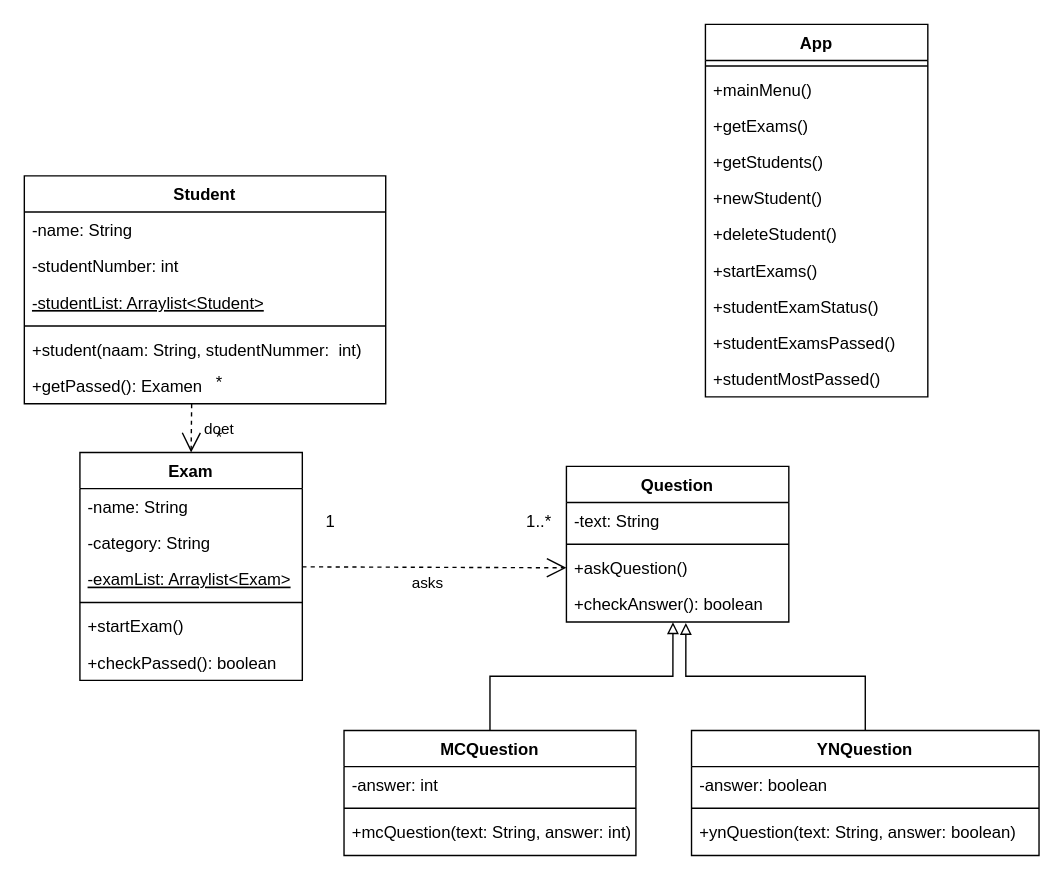
Earlier version of the draw.io diagram UML.drawio (Studeeric/proj1). Source tidied: cells renumbered, new cells numbered last; positions are measured from the earlier drawing's top-left corner, leaving out a move shared by most shapes. Both pictures are drawn from the tidied source at 139%, with x=0, y=0 at pixel (24, 24).
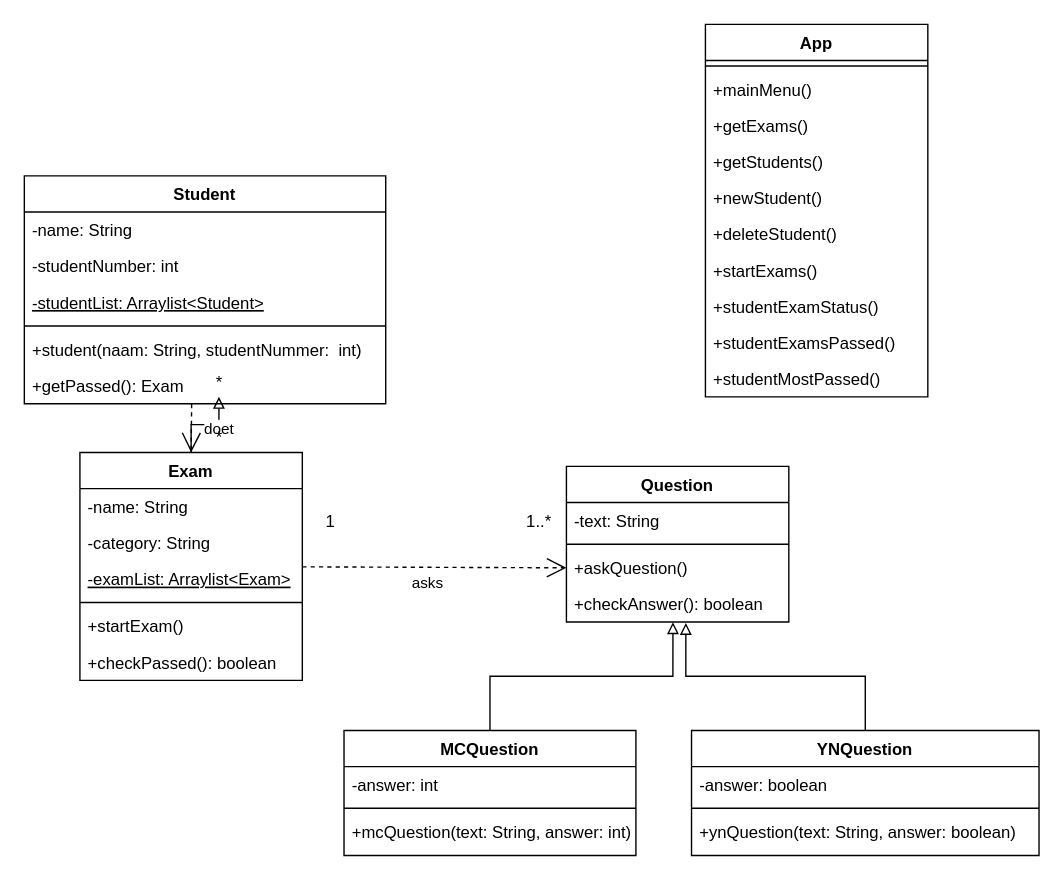
The same diagram, later.

Unchanged cells that the change refers to:
```xml
<mxCell id="2" value="Student" style="swimlane;fontStyle=1;align=center;verticalAlign=top;horizontal=1;startSize=26;" parent="1" vertex="1">
  <mxGeometry y="109" width="260" height="164" as="geometry" />
</mxCell>
<mxCell id="9" value="Exam" style="swimlane;fontStyle=1;align=center;verticalAlign=top;horizontal=1;startSize=26;" parent="1" vertex="1">
  <mxGeometry x="40" y="308" width="160" height="164" as="geometry" />
</mxCell>
<mxCell id="33" value="*" style="text;html=1;align=center;verticalAlign=middle;points=[];strokeColor=none;fillColor=none;" parent="1" vertex="1">
  <mxGeometry x="130" y="248" width="20" height="20" as="geometry" />
</mxCell>
```

The edit, as a diff of the source:
```diff
@@
-    <mxCell id="8" value="+getPassed(): Examen" style="text;strokeColor=none;fillColor=none;align=left;verticalAlign=top;spacingLeft=4;spacingRight=4;overflow=hidden;points=[[0,0.5],[1,0.5]];portConstraint=eastwest;" parent="2" vertex="1">
+    <mxCell id="8" value="+getPassed(): Exam" style="text;strokeColor=none;fillColor=none;align=left;verticalAlign=top;spacingLeft=4;spacingRight=4;overflow=hidden;points=[[0,0.5],[1,0.5]];portConstraint=eastwest;" parent="2" vertex="1">
       <mxGeometry y="138" width="260" height="26" as="geometry" />
     </mxCell>
+    <mxCell id="48" style="edgeStyle=orthogonalEdgeStyle;rounded=0;jettySize=auto;html=1;endArrow=block;endFill=0;" parent="1" edge="1" source="9" target="33">
+      <mxGeometry relative="1" as="geometry" />
+    </mxCell>
```
